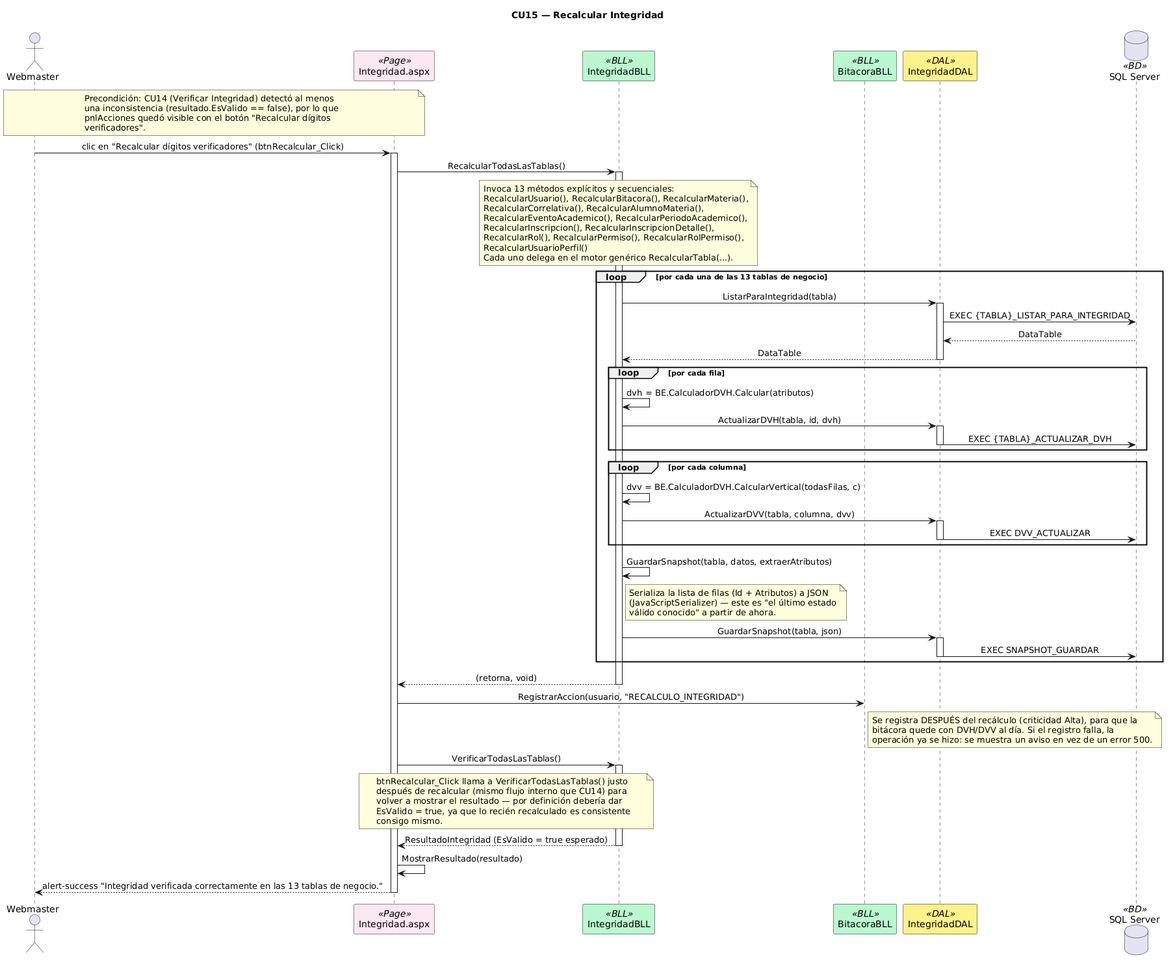
Urrels/tpDYAWeb keeps this PlantUML diagram as DIAGRAMAS/Secuencia_CU15_RecalcularIntegridad.png. Above is the earlier version.
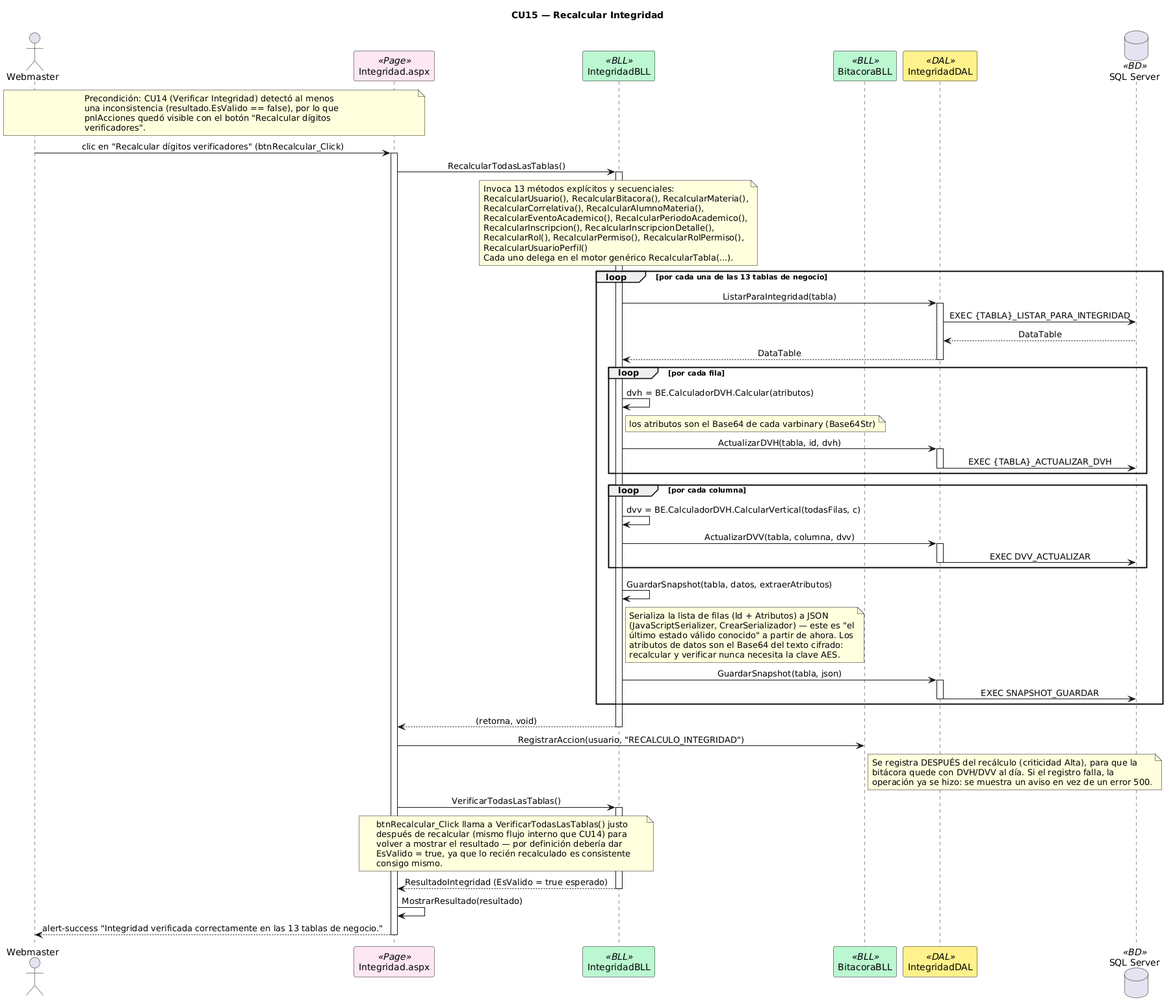
The same file after the commit.

What changed in the source:
```diff
@@ -3,100 +3,91 @@
 skinparam sequenceMessageAlign center
 skinparam shadowing false
 skinparam sequenceParticipant {
-    BackgroundColor<<Page>> #FCE7F3
-    BackgroundColor<<BLL>> #BBF7D0
-    BackgroundColor<<DAL>> #FEF08A
-    BackgroundColor<<BD>> #DBEAFE
+BackgroundColor<<Page>> #FCE7F3
+BackgroundColor<<BLL>> #BBF7D0
+BackgroundColor<<DAL>> #FEF08A
+BackgroundColor<<BD>> #DBEAFE
 }
-
 actor Webmaster as WM
 participant "Integridad.aspx" as PAGE <<Page>>
 participant "IntegridadBLL" as BLL <<BLL>>
 participant "BitacoraBLL" as BITB <<BLL>>
 participant "IntegridadDAL" as DAL <<DAL>>
 database "SQL Server" as DB <<BD>>
-
 note over WM, PAGE
-  Precondición: CU14 (Verificar Integridad) detectó al menos
-  una inconsistencia (resultado.EsValido == false), por lo que
-  pnlAcciones quedó visible con el botón "Recalcular dígitos
-  verificadores".
+Precondición: CU14 (Verificar Integridad) detectó al menos
+una inconsistencia (resultado.EsValido == false), por lo que
+pnlAcciones quedó visible con el botón "Recalcular dígitos
+verificadores".
 end note
-
 WM -> PAGE : clic en "Recalcular dígitos verificadores" (btnRecalcular_Click)
 activate PAGE
 PAGE -> BLL : RecalcularTodasLasTablas()
 activate BLL
-
 note over BLL
-  Invoca 13 métodos explícitos y secuenciales:
-  RecalcularUsuario(), RecalcularBitacora(), RecalcularMateria(),
-  RecalcularCorrelativa(), RecalcularAlumnoMateria(),
-  RecalcularEventoAcademico(), RecalcularPeriodoAcademico(),
-  RecalcularInscripcion(), RecalcularInscripcionDetalle(),
-  RecalcularRol(), RecalcularPermiso(), RecalcularRolPermiso(),
-  RecalcularUsuarioPerfil()
-  Cada uno delega en el motor genérico RecalcularTabla(...).
+Invoca 13 métodos explícitos y secuenciales:
+RecalcularUsuario(), RecalcularBitacora(), RecalcularMateria(),
+RecalcularCorrelativa(), RecalcularAlumnoMateria(),
+RecalcularEventoAcademico(), RecalcularPeriodoAcademico(),
+RecalcularInscripcion(), RecalcularInscripcionDetalle(),
+RecalcularRol(), RecalcularPermiso(), RecalcularRolPermiso(),
+RecalcularUsuarioPerfil()
+Cada uno delega en el motor genérico RecalcularTabla(...).
 end note
-
 loop por cada una de las 13 tablas de negocio
-    BLL -> DAL : ListarParaIntegridad(tabla)
-    activate DAL
-    DAL -> DB : EXEC {TABLA}_LISTAR_PARA_INTEGRIDAD
-    DB --> DAL : DataTable
-    DAL --> BLL : DataTable
-    deactivate DAL
-
-    loop por cada fila
-        BLL -> BLL : dvh = BE.CalculadorDVH.Calcular(atributos)
-        BLL -> DAL : ActualizarDVH(tabla, id, dvh)
-        activate DAL
-        DAL -> DB : EXEC {TABLA}_ACTUALIZAR_DVH
-        deactivate DAL
-    end
-
-    loop por cada columna
-        BLL -> BLL : dvv = BE.CalculadorDVH.CalcularVertical(todasFilas, c)
-        BLL -> DAL : ActualizarDVV(tabla, columna, dvv)
-        activate DAL
-        DAL -> DB : EXEC DVV_ACTUALIZAR
-        deactivate DAL
-    end
-
-    BLL -> BLL : GuardarSnapshot(tabla, datos, extraerAtributos)
-    note right of BLL
-        Serializa la lista de filas (Id + Atributos) a JSON
-        (JavaScriptSerializer) — este es "el último estado
-        válido conocido" a partir de ahora.
-    end note
-    BLL -> DAL : GuardarSnapshot(tabla, json)
-    activate DAL
-    DAL -> DB : EXEC SNAPSHOT_GUARDAR
-    deactivate DAL
+BLL -> DAL : ListarParaIntegridad(tabla)
+activate DAL
+DAL -> DB : EXEC {TABLA}_LISTAR_PARA_INTEGRIDAD
+DB --> DAL : DataTable
+DAL --> BLL : DataTable
+deactivate DAL
+loop por cada fila
+BLL -> BLL : dvh = BE.CalculadorDVH.Calcular(atributos)
+note right of BLL : los atributos son el Base64 de cada varbinary (Base64Str)
+BLL -> DAL : ActualizarDVH(tabla, id, dvh)
+activate DAL
+DAL -> DB : EXEC {TABLA}_ACTUALIZAR_DVH
+deactivate DAL
 end
-
+loop por cada columna
+BLL -> BLL : dvv = BE.CalculadorDVH.CalcularVertical(todasFilas, c)
+BLL -> DAL : ActualizarDVV(tabla, columna, dvv)
+activate DAL
+DAL -> DB : EXEC DVV_ACTUALIZAR
+deactivate DAL
+end
+BLL -> BLL : GuardarSnapshot(tabla, datos, extraerAtributos)
+note right of BLL
+Serializa la lista de filas (Id + Atributos) a JSON
+(JavaScriptSerializer, CrearSerializador) — este es "el
+último estado válido conocido" a partir de ahora. Los
+atributos de datos son el Base64 del texto cifrado:
+recalcular y verificar nunca necesita la clave AES.
+end note
+BLL -> DAL : GuardarSnapshot(tabla, json)
+activate DAL
+DAL -> DB : EXEC SNAPSHOT_GUARDAR
+deactivate DAL
+end
 BLL --> PAGE : (retorna, void)
 deactivate BLL
-
 PAGE -> BITB : RegistrarAccion(usuario, "RECALCULO_INTEGRIDAD")
 note right of BITB
-  Se registra DESPUÉS del recálculo (criticidad Alta), para que la
-  bitácora quede con DVH/DVV al día. Si el registro falla, la
-  operación ya se hizo: se muestra un aviso en vez de un error 500.
+Se registra DESPUÉS del recálculo (criticidad Alta), para que la
+bitácora quede con DVH/DVV al día. Si el registro falla, la
+operación ya se hizo: se muestra un aviso en vez de un error 500.
 end note
-
 PAGE -> BLL : VerificarTodasLasTablas()
 note over PAGE, BLL
-  btnRecalcular_Click llama a VerificarTodasLasTablas() justo
-  después de recalcular (mismo flujo interno que CU14) para
-  volver a mostrar el resultado — por definición debería dar
-  EsValido = true, ya que lo recién recalculado es consistente
-  consigo mismo.
+btnRecalcular_Click llama a VerificarTodasLasTablas() justo
+después de recalcular (mismo flujo interno que CU14) para
+volver a mostrar el resultado — por definición debería dar
+EsValido = true, ya que lo recién recalculado es consistente
+consigo mismo.
 end note
 activate BLL
 BLL --> PAGE : ResultadoIntegridad (EsValido = true esperado)
 deactivate BLL
-
 PAGE -> PAGE : MostrarResultado(resultado)
 PAGE --> WM : alert-success "Integridad verificada correctamente en las 13 tablas de negocio."
 deactivate PAGE
```
